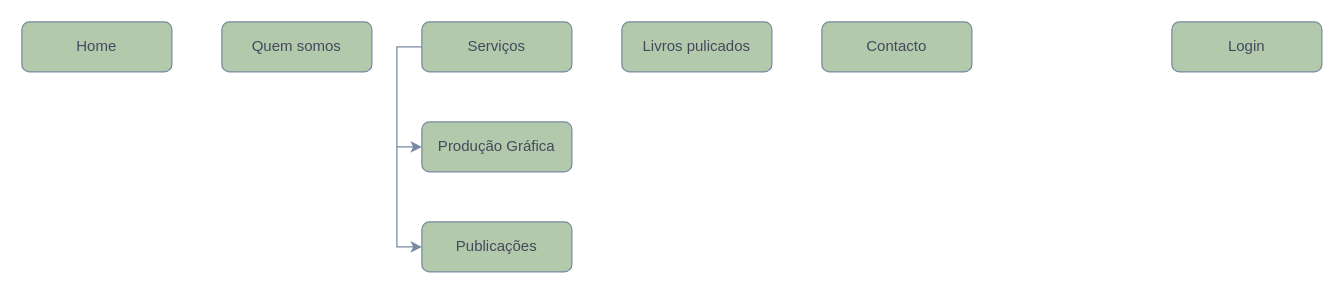
The draw.io diagram Untitled Diagram.drawio in jonasnapoles/finalProject, before the edit. Source tidied: cells renumbered, new cells numbered last; positions are measured from the earlier drawing's top-left corner, leaving out a move shared by most shapes. Both pictures are drawn from the tidied source at 125%, with x=0, y=0 at pixel (21, 21).
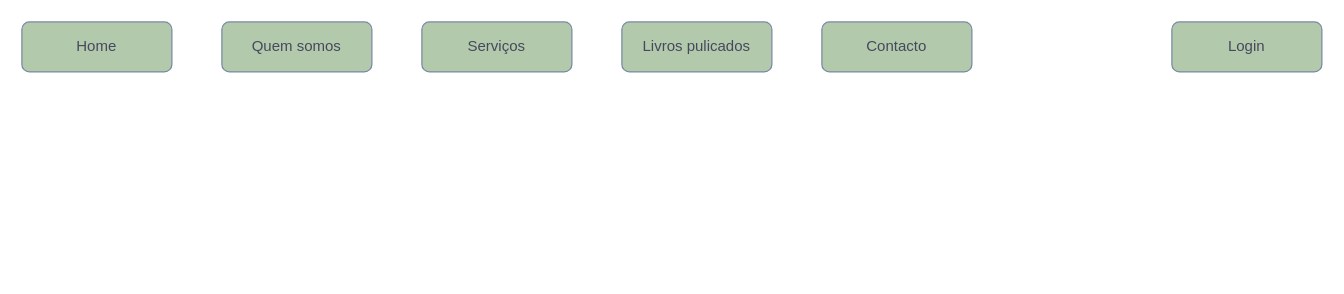
The same page after the edit.

Diff of the diagram source:
```diff
@@
 <mxGraphModel>
   <root>
     <mxCell id="0" />
     <mxCell id="1" parent="0" />
     <mxCell id="2" value="Home" style="rounded=1;whiteSpace=wrap;html=1;fillColor=#B2C9AB;strokeColor=#788AA3;fontColor=#46495D;" parent="1" vertex="1">
       <mxGeometry width="120" height="40" as="geometry" />
     </mxCell>
     <mxCell id="3" value="Quem somos" style="rounded=1;whiteSpace=wrap;html=1;fillColor=#B2C9AB;strokeColor=#788AA3;fontColor=#46495D;" parent="1" vertex="1">
       <mxGeometry x="160" width="120" height="40" as="geometry" />
     </mxCell>
     <mxCell id="4" value="Serviços" style="rounded=1;whiteSpace=wrap;html=1;fillColor=#B2C9AB;strokeColor=#788AA3;fontColor=#46495D;" parent="1" vertex="1">
       <mxGeometry x="320" width="120" height="40" as="geometry" />
     </mxCell>
     <mxCell id="5" value="Livros pulicados" style="rounded=1;whiteSpace=wrap;html=1;fillColor=#B2C9AB;strokeColor=#788AA3;fontColor=#46495D;" parent="1" vertex="1">
       <mxGeometry x="480" width="120" height="40" as="geometry" />
     </mxCell>
     <mxCell id="6" value="Contacto" style="rounded=1;whiteSpace=wrap;html=1;fillColor=#B2C9AB;strokeColor=#788AA3;fontColor=#46495D;" parent="1" vertex="1">
       <mxGeometry x="640" width="120" height="40" as="geometry" />
     </mxCell>
-    <mxCell id="7" value="Produção Gráfica" style="rounded=1;whiteSpace=wrap;html=1;fillColor=#B2C9AB;strokeColor=#788AA3;fontColor=#46495D;" parent="1" vertex="1">
-      <mxGeometry x="320" y="80" width="120" height="40" as="geometry" />
-    </mxCell>
-    <mxCell id="8" value="Publicações" style="rounded=1;whiteSpace=wrap;html=1;fillColor=#B2C9AB;strokeColor=#788AA3;fontColor=#46495D;" parent="1" vertex="1">
-      <mxGeometry x="320" y="160" width="120" height="40" as="geometry" />
-    </mxCell>
-    <mxCell id="9" style="edgeStyle=segmentEdgeStyle;endArrow=classic;html=1;rounded=0;exitX=0;exitY=0.5;exitDx=0;exitDy=0;entryX=0;entryY=0.5;entryDx=0;entryDy=0;strokeColor=#788AA3;fontColor=#46495D;" parent="1" edge="1">
-      <mxGeometry relative="1" as="geometry">
-        <mxPoint x="320" y="20" as="sourcePoint" />
-        <mxPoint x="320" y="100" as="targetPoint" />
-        <Array as="points">
-          <mxPoint x="300" y="20" />
-          <mxPoint x="300" y="100" />
-        </Array>
-      </mxGeometry>
-    </mxCell>
-    <mxCell id="10" style="edgeStyle=segmentEdgeStyle;endArrow=classic;html=1;rounded=0;entryX=0;entryY=0.5;entryDx=0;entryDy=0;strokeColor=#788AA3;fontColor=#46495D;" parent="1" edge="1">
-      <mxGeometry relative="1" as="geometry">
-        <mxPoint x="300" y="100" as="sourcePoint" />
-        <mxPoint x="320" y="180" as="targetPoint" />
-        <Array as="points">
-          <mxPoint x="300" y="100" />
-          <mxPoint x="300" y="180" />
-        </Array>
-      </mxGeometry>
-    </mxCell>
     <mxCell id="11" value="Login" style="rounded=1;whiteSpace=wrap;html=1;fillColor=#B2C9AB;strokeColor=#788AA3;fontColor=#46495D;" parent="1" vertex="1">
       <mxGeometry x="920" width="120" height="40" as="geometry" />
     </mxCell>
   </root>
 </mxGraphModel>
```
